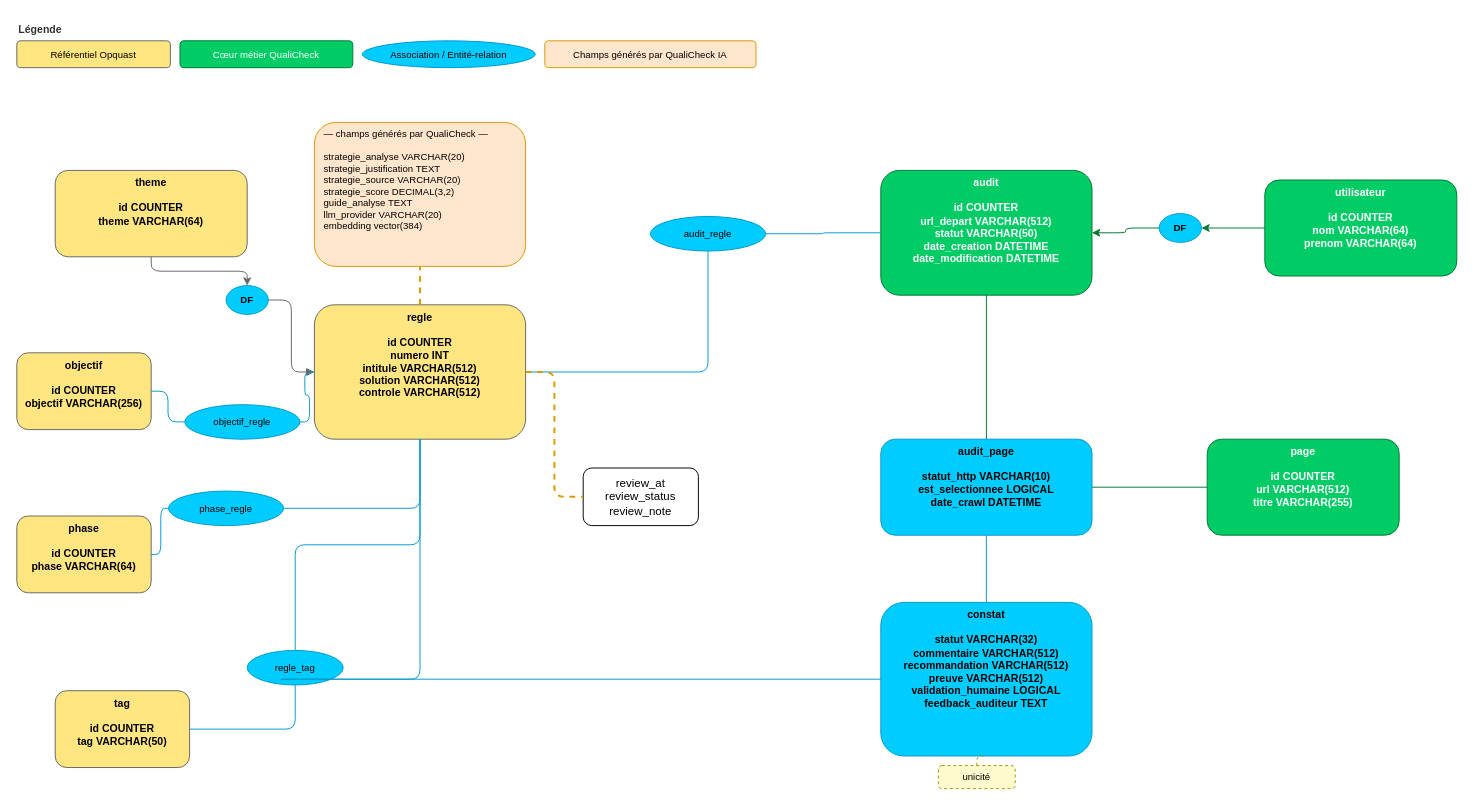
Above: conception/annexes/B_MCD_qualicheck.drawio in wawawaformation/qualicheck (draw.io), before the change. Source tidied: cells renumbered, new cells numbered last; positions are measured from the earlier drawing's top-left corner, leaving out a move shared by most shapes. Both pictures are drawn from the tidied source at 96%, with x=0, y=0 at pixel (16, 16).
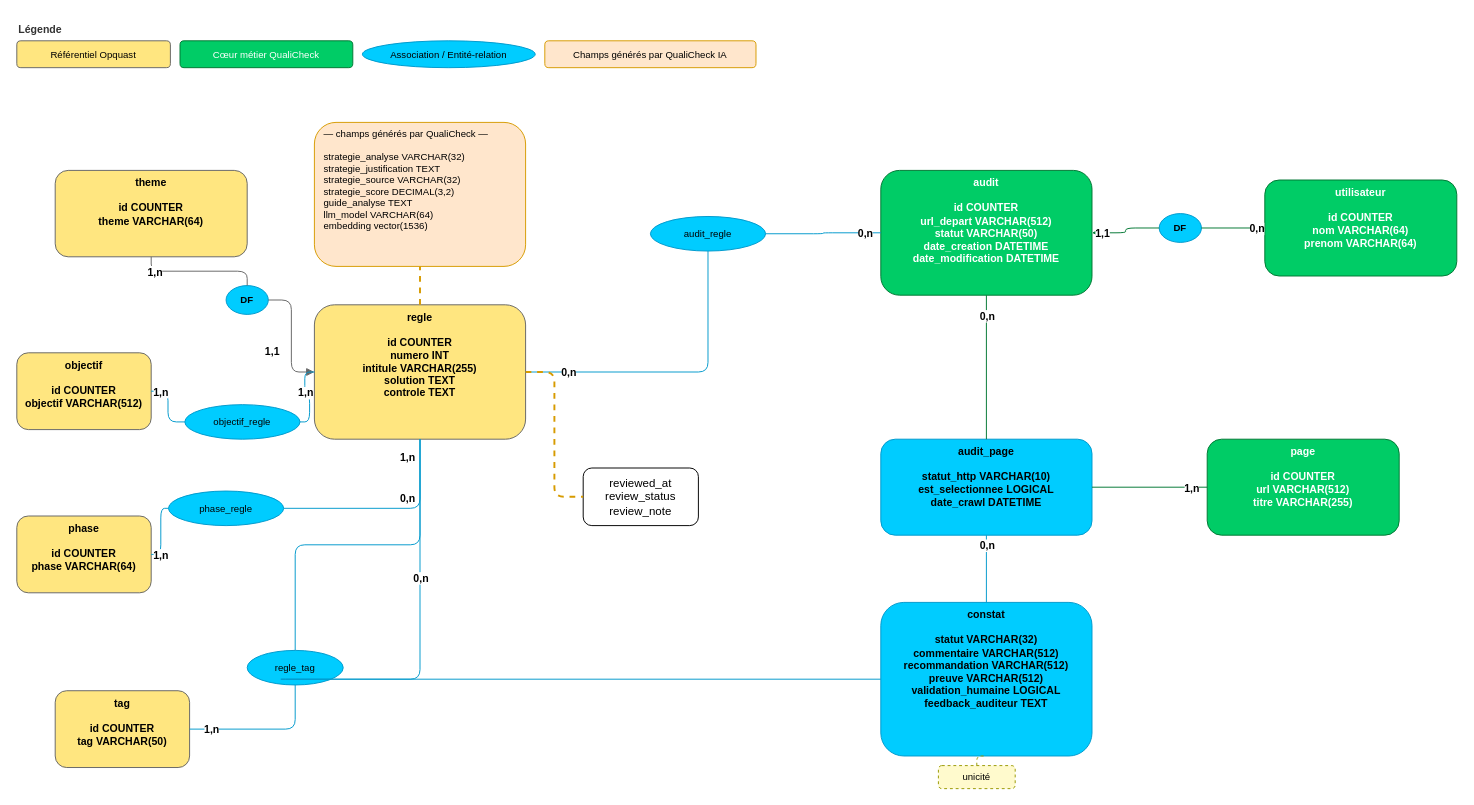
The same diagram, later.

Commit message (it also covers changes not shown here):
docs: align data-model docs with real schema, add MCD cardinalities

The change refers to these unchanged cells:
```xml
<mxCell id="7" value="theme&#10;&#10;id   COUNTER&#10;theme   VARCHAR(64)" style="rounded=1;whiteSpace=wrap;html=0;fillColor=#FFE680;strokeColor=#666666;fontSize=11;fontStyle=1;align=center;verticalAlign=top;" parent="1" vertex="1">
  <mxGeometry x="40" y="160" width="200" height="90" as="geometry" />
</mxCell>
<mxCell id="8" value="DF" style="ellipse;fillColor=#00CCFF;strokeColor=#0099CC;fontSize=10;html=0;fontStyle=1;" parent="1" vertex="1">
  <mxGeometry x="218" y="280" width="44" height="30" as="geometry" />
</mxCell>
<mxCell id="17" value="utilisateur&#10;&#10;id   COUNTER&#10;nom   VARCHAR(64)&#10;prenom   VARCHAR(64)" style="rounded=1;whiteSpace=wrap;html=0;fillColor=#00CC66;strokeColor=#007733;fontSize=11;fontStyle=1;fontColor=#ffffff;align=center;verticalAlign=top;" parent="1" vertex="1">
  <mxGeometry x="1300" y="170" width="200" height="100" as="geometry" />
</mxCell>
<mxCell id="18" value="audit&#10;&#10;id   COUNTER&#10;url_depart   VARCHAR(512)&#10;statut   VARCHAR(50)&#10;date_creation   DATETIME&#10;date_modification   DATETIME" style="rounded=1;whiteSpace=wrap;html=0;fillColor=#00CC66;strokeColor=#007733;fontSize=11;fontStyle=1;fontColor=#ffffff;align=center;verticalAlign=top;" parent="1" vertex="1">
  <mxGeometry x="900" y="160" width="220" height="130" as="geometry" />
</mxCell>
<mxCell id="19" value="DF" style="ellipse;fillColor=#00CCFF;strokeColor=#0099CC;fontSize=10;html=0;fontStyle=1;" parent="1" vertex="1">
  <mxGeometry x="1190" y="205" width="44" height="30" as="geometry" />
</mxCell>
<mxCell id="26" style="edgeStyle=orthogonalEdgeStyle;strokeColor=#666666;endArrow=block;endFill=1;" parent="1" edge="1" source="8" target="9">
  <mxGeometry relative="1" as="geometry" />
</mxCell>
<mxCell id="28" style="edgeStyle=orthogonalEdgeStyle;strokeColor=#0099CC;endArrow=none;" parent="1" edge="1" source="11" target="14">
  <mxGeometry relative="1" as="geometry" />
</mxCell>
<mxCell id="29" style="edgeStyle=orthogonalEdgeStyle;strokeColor=#0099CC;endArrow=none;" parent="1" edge="1" source="14" target="9">
  <mxGeometry relative="1" as="geometry" />
</mxCell>
<mxCell id="30" style="edgeStyle=orthogonalEdgeStyle;strokeColor=#0099CC;endArrow=none;" parent="1" edge="1" source="12" target="15">
  <mxGeometry relative="1" as="geometry" />
</mxCell>
<mxCell id="31" style="edgeStyle=orthogonalEdgeStyle;strokeColor=#0099CC;endArrow=none;" parent="1" edge="1" source="15" target="9">
  <mxGeometry relative="1" as="geometry" />
</mxCell>
<mxCell id="32" style="edgeStyle=orthogonalEdgeStyle;strokeColor=#0099CC;endArrow=none;" parent="1" edge="1" source="13" target="16">
  <mxGeometry relative="1" as="geometry" />
</mxCell>
<mxCell id="33" style="edgeStyle=orthogonalEdgeStyle;strokeColor=#0099CC;endArrow=none;" parent="1" edge="1" source="16" target="9">
  <mxGeometry relative="1" as="geometry" />
</mxCell>
<mxCell id="36" style="edgeStyle=orthogonalEdgeStyle;strokeColor=#0099CC;endArrow=none;" parent="1" edge="1" source="9" target="20">
  <mxGeometry relative="1" as="geometry" />
</mxCell>
<mxCell id="37" style="edgeStyle=orthogonalEdgeStyle;strokeColor=#0099CC;endArrow=none;" parent="1" edge="1" source="20" target="18">
  <mxGeometry relative="1" as="geometry" />
</mxCell>
<mxCell id="38" style="edgeStyle=orthogonalEdgeStyle;strokeColor=#007733;endArrow=none;" parent="1" edge="1" source="18" target="22">
  <mxGeometry relative="1" as="geometry" />
</mxCell>
<mxCell id="39" style="edgeStyle=orthogonalEdgeStyle;strokeColor=#007733;endArrow=none;" parent="1" edge="1" source="21" target="22">
  <mxGeometry relative="1" as="geometry" />
</mxCell>
<mxCell id="40" style="edgeStyle=orthogonalEdgeStyle;strokeColor=#0099CC;endArrow=none;" parent="1" edge="1" source="22" target="23">
  <mxGeometry relative="1" as="geometry" />
</mxCell>
<mxCell id="41" style="edgeStyle=orthogonalEdgeStyle;strokeColor=#0099CC;endArrow=none;" parent="1" edge="1" source="9" target="23">
  <mxGeometry relative="1" as="geometry">
    <Array as="points">
      <mxPoint x="270" y="690" />
      <mxPoint x="1010" y="690" />
    </Array>
  </mxGeometry>
</mxCell>
```

The edit, as a diff of the source:
```diff
@@
-    <mxCell id="9" value="regle&#10;&#10;id   COUNTER&#10;numero   INT&#10;intitule   VARCHAR(512)&#10;solution   VARCHAR(512)&#10;controle   VARCHAR(512)" style="rounded=1;whiteSpace=wrap;html=0;fillColor=#FFE680;strokeColor=#666666;fontSize=11;fontStyle=1;align=center;verticalAlign=top;" parent="1" vertex="1">
+    <mxCell id="9" value="regle&#10;&#10;id   COUNTER&#10;numero   INT&#10;intitule   VARCHAR(255)&#10;solution   TEXT&#10;controle   TEXT" style="rounded=1;whiteSpace=wrap;html=0;fillColor=#FFE680;strokeColor=#666666;fontSize=11;fontStyle=1;align=center;verticalAlign=top;" parent="1" vertex="1">
       <mxGeometry x="310" y="300" width="220" height="140" as="geometry" />
     </mxCell>
-    <mxCell id="10" value="— champs générés par QualiCheck —&#10;&#10;strategie_analyse   VARCHAR(20)&#10;strategie_justification   TEXT&#10;strategie_source   VARCHAR(20)&#10;strategie_score   DECIMAL(3,2)&#10;guide_analyse   TEXT&#10;llm_provider   VARCHAR(20)&#10;embedding   vector(384)" style="rounded=1;whiteSpace=wrap;html=0;fillColor=#FFE6CC;strokeColor=#d79b00;fontSize=10;align=left;spacingLeft=8;verticalAlign=top;" parent="1" vertex="1">
+    <mxCell id="10" value="— champs générés par QualiCheck —&#10;&#10;strategie_analyse   VARCHAR(32)&#10;strategie_justification   TEXT&#10;strategie_source   VARCHAR(32)&#10;strategie_score   DECIMAL(3,2)&#10;guide_analyse   TEXT&#10;llm_model   VARCHAR(64)&#10;embedding   vector(1536)" style="rounded=1;whiteSpace=wrap;html=0;fillColor=#FFE6CC;strokeColor=#d79b00;fontSize=10;align=left;spacingLeft=8;verticalAlign=top;" parent="1" vertex="1">
       <mxGeometry x="310" y="110" width="220" height="150" as="geometry" />
     </mxCell>
-    <mxCell id="11" value="objectif&#10;&#10;id   COUNTER&#10;objectif   VARCHAR(256)" style="rounded=1;whiteSpace=wrap;html=0;fillColor=#FFE680;strokeColor=#666666;fontSize=11;fontStyle=1;align=center;verticalAlign=top;" parent="1" vertex="1">
+    <mxCell id="11" value="objectif&#10;&#10;id   COUNTER&#10;objectif   VARCHAR(512)" style="rounded=1;whiteSpace=wrap;html=0;fillColor=#FFE680;strokeColor=#666666;fontSize=11;fontStyle=1;align=center;verticalAlign=top;" parent="1" vertex="1">
       <mxGeometry y="350" width="140" height="80" as="geometry" />
     </mxCell>
@@
-    <mxCell id="25" style="edgeStyle=orthogonalEdgeStyle;strokeColor=#666666;" parent="1" edge="1" source="7" target="8">
+    <mxCell id="25" style="edgeStyle=orthogonalEdgeStyle;strokeColor=#666666;endArrow=none;" parent="1" edge="1" source="7" target="8">
       <mxGeometry relative="1" as="geometry" />
     </mxCell>
+    <mxCell id="45" value="1,n" style="edgeLabel;html=1;align=center;verticalAlign=middle;fontSize=11;fontStyle=1;labelBackgroundColor=#FFFFFF;" parent="25" vertex="1">
+      <mxGeometry x="-0.72" relative="1" as="geometry" />
+    </mxCell>
@@
+    <mxCell id="46" value="1,1" style="edgeLabel;html=1;align=center;verticalAlign=middle;fontSize=11;fontStyle=1;labelBackgroundColor=#FFFFFF;" parent="26" vertex="1">
+      <mxGeometry x="0.72" relative="1" as="geometry">
+        <mxPoint x="-28" y="-22" as="offset" />
+      </mxGeometry>
+    </mxCell>
@@
+    <mxCell id="47" value="1,n" style="edgeLabel;html=1;align=center;verticalAlign=middle;fontSize=11;fontStyle=1;labelBackgroundColor=#FFFFFF;" parent="28" vertex="1">
+      <mxGeometry x="-0.72" relative="1" as="geometry" />
+    </mxCell>
@@
+    <mxCell id="48" value="1,n" style="edgeLabel;html=1;align=center;verticalAlign=middle;fontSize=11;fontStyle=1;labelBackgroundColor=#FFFFFF;" parent="29" vertex="1">
+      <mxGeometry x="0.72" relative="1" as="geometry">
+        <mxPoint y="20" as="offset" />
+      </mxGeometry>
+    </mxCell>
@@
+    <mxCell id="49" value="1,n" style="edgeLabel;html=1;align=center;verticalAlign=middle;fontSize=11;fontStyle=1;labelBackgroundColor=#FFFFFF;" parent="30" vertex="1">
+      <mxGeometry x="-0.72" relative="1" as="geometry" />
+    </mxCell>
@@
+    <mxCell id="50" value="1,n" style="edgeLabel;html=1;align=center;verticalAlign=middle;fontSize=11;fontStyle=1;labelBackgroundColor=#FFFFFF;" parent="31" vertex="1">
+      <mxGeometry x="0.72" relative="1" as="geometry">
+        <mxPoint x="-14" y="-12" as="offset" />
+      </mxGeometry>
+    </mxCell>
@@
+    <mxCell id="51" value="1,n" style="edgeLabel;html=1;align=center;verticalAlign=middle;fontSize=11;fontStyle=1;labelBackgroundColor=#FFFFFF;" parent="32" vertex="1">
+      <mxGeometry x="-0.72" relative="1" as="geometry" />
+    </mxCell>
@@
+    <mxCell id="52" value="0,n" style="edgeLabel;html=1;align=center;verticalAlign=middle;fontSize=11;fontStyle=1;labelBackgroundColor=#FFFFFF;" parent="33" vertex="1">
+      <mxGeometry x="0.72" relative="1" as="geometry">
+        <mxPoint x="-14" y="12" as="offset" />
+      </mxGeometry>
+    </mxCell>
-    <mxCell id="34" style="edgeStyle=orthogonalEdgeStyle;strokeColor=#007733;" parent="1" edge="1" source="17" target="19">
+    <mxCell id="34" style="edgeStyle=orthogonalEdgeStyle;strokeColor=#007733;endArrow=none;" parent="1" edge="1" source="17" target="19">
       <mxGeometry relative="1" as="geometry" />
     </mxCell>
+    <mxCell id="53" value="0,n" style="edgeLabel;html=1;align=center;verticalAlign=middle;fontSize=11;fontStyle=1;labelBackgroundColor=#FFFFFF;" parent="34" vertex="1">
+      <mxGeometry x="-0.72" relative="1" as="geometry" />
+    </mxCell>
-    <mxCell id="35" style="edgeStyle=orthogonalEdgeStyle;strokeColor=#007733;" parent="1" edge="1" source="19" target="18">
+    <mxCell id="35" style="edgeStyle=orthogonalEdgeStyle;strokeColor=#007733;endArrow=block;endFill=1;" parent="1" edge="1" source="19" target="18">
       <mxGeometry relative="1" as="geometry" />
     </mxCell>
+    <mxCell id="54" value="1,1" style="edgeLabel;html=1;align=center;verticalAlign=middle;fontSize=11;fontStyle=1;labelBackgroundColor=#FFFFFF;" parent="35" vertex="1">
+      <mxGeometry x="0.72" relative="1" as="geometry" />
+    </mxCell>
@@
+    <mxCell id="55" value="0,n" style="edgeLabel;html=1;align=center;verticalAlign=middle;fontSize=11;fontStyle=1;labelBackgroundColor=#FFFFFF;" parent="36" vertex="1">
+      <mxGeometry x="-0.72" relative="1" as="geometry" />
+    </mxCell>
@@
+    <mxCell id="56" value="0,n" style="edgeLabel;html=1;align=center;verticalAlign=middle;fontSize=11;fontStyle=1;labelBackgroundColor=#FFFFFF;" parent="37" vertex="1">
+      <mxGeometry x="0.72" relative="1" as="geometry" />
+    </mxCell>
@@
+    <mxCell id="57" value="0,n" style="edgeLabel;html=1;align=center;verticalAlign=middle;fontSize=11;fontStyle=1;labelBackgroundColor=#FFFFFF;" parent="38" vertex="1">
+      <mxGeometry x="-0.72" relative="1" as="geometry" />
+    </mxCell>
@@
+    <mxCell id="58" value="1,n" style="edgeLabel;html=1;align=center;verticalAlign=middle;fontSize=11;fontStyle=1;labelBackgroundColor=#FFFFFF;" parent="39" vertex="1">
+      <mxGeometry x="-0.72" relative="1" as="geometry" />
+    </mxCell>
@@
+    <mxCell id="59" value="0,n" style="edgeLabel;html=1;align=center;verticalAlign=middle;fontSize=11;fontStyle=1;labelBackgroundColor=#FFFFFF;" parent="40" vertex="1">
+      <mxGeometry x="-0.72" relative="1" as="geometry" />
+    </mxCell>
@@
+    <mxCell id="60" value="0,n" style="edgeLabel;html=1;align=center;verticalAlign=middle;fontSize=11;fontStyle=1;labelBackgroundColor=#FFFFFF;" parent="41" vertex="1">
+      <mxGeometry x="-0.72" relative="1" as="geometry" />
+    </mxCell>
@@
-    <mxCell id="43" value="review_at&lt;div&gt;review_status&lt;/div&gt;&lt;div&gt;review_note&lt;/div&gt;" style="rounded=1;whiteSpace=wrap;html=1;" parent="1" vertex="1">
+    <mxCell id="43" value="reviewed_at&lt;div&gt;review_status&lt;/div&gt;&lt;div&gt;review_note&lt;/div&gt;" style="rounded=1;whiteSpace=wrap;html=1;" parent="1" vertex="1">
       <mxGeometry x="590" y="470" width="120" height="60" as="geometry" />
     </mxCell>
```
